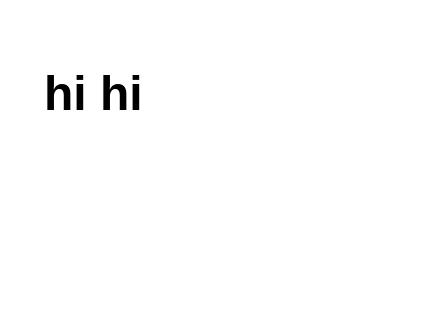
This is maldev.drawio from minhphonghp2003/image, a draw.io file, before an edit. Source tidied: cells renumbered, new cells numbered last; positions are measured from the earlier drawing's top-left corner, leaving out a move shared by most shapes. Both pictures are drawn from the tidied source at 200%, with x=0, y=0 at pixel (34, 54).
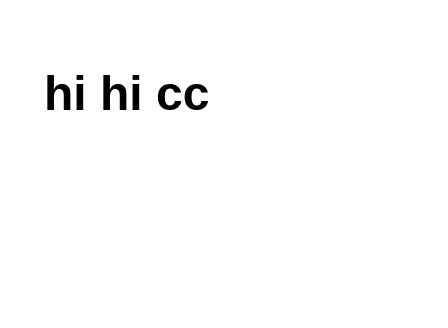
The same diagram, later.

Diff of the diagram source:
```diff
@@
 <mxGraphModel>
   <root>
     <mxCell id="0" />
     <mxCell id="1" parent="0" />
-    <mxCell id="2" value="&lt;h1&gt;hi hi&lt;/h1&gt;&lt;div&gt;&lt;br&gt;&lt;/div&gt;" style="text;html=1;spacing=5;spacingTop=-20;whiteSpace=wrap;overflow=hidden;rounded=0;" parent="1" vertex="1">
+    <mxCell id="2" value="&lt;h1&gt;hi hi cc&lt;/h1&gt;" style="text;html=1;spacing=5;spacingTop=-20;whiteSpace=wrap;overflow=hidden;rounded=0;" parent="1" vertex="1">
       <mxGeometry width="190" height="120" as="geometry" />
     </mxCell>
   </root>
 </mxGraphModel>
```
